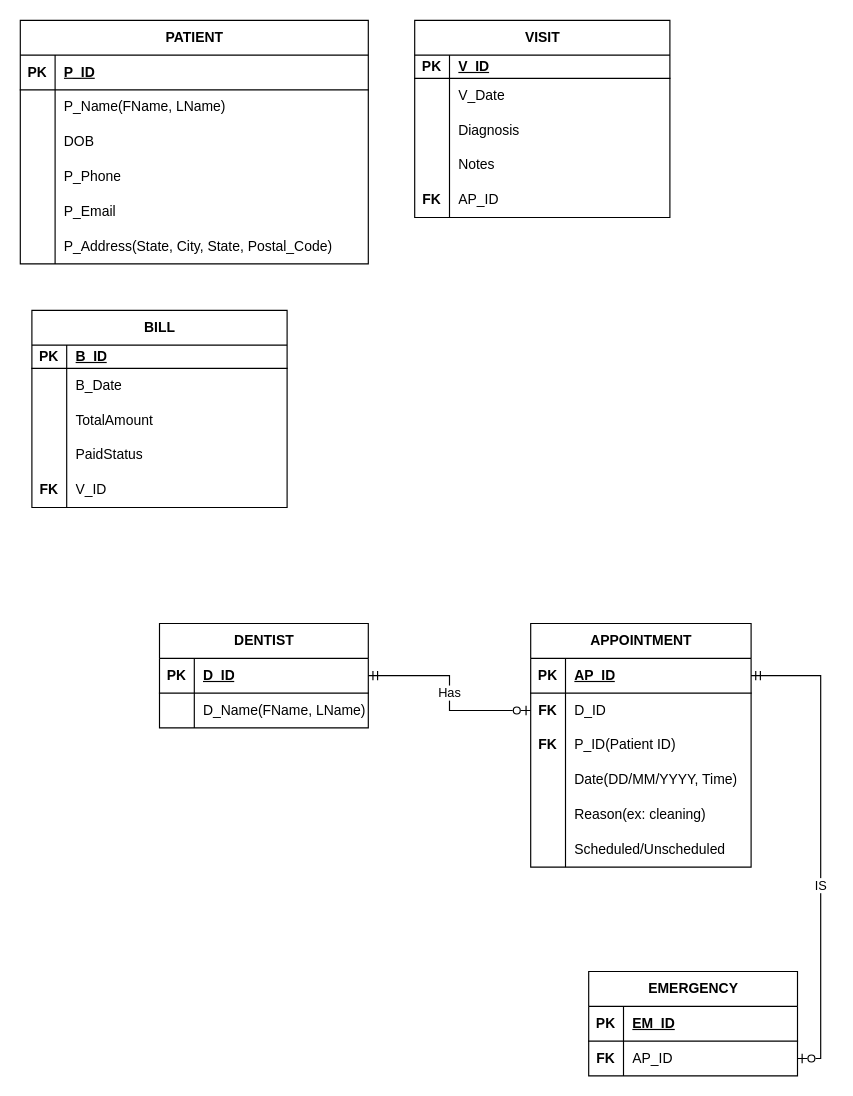
Above: Untitled Diagram.drawio in Varshiha/Database_Project (draw.io), before the change. Source tidied: cells renumbered, new cells numbered last; positions are measured from the earlier drawing's top-left corner, leaving out a move shared by most shapes. Both pictures are drawn from the tidied source at 116%, with x=0, y=0 at pixel (20, 20).
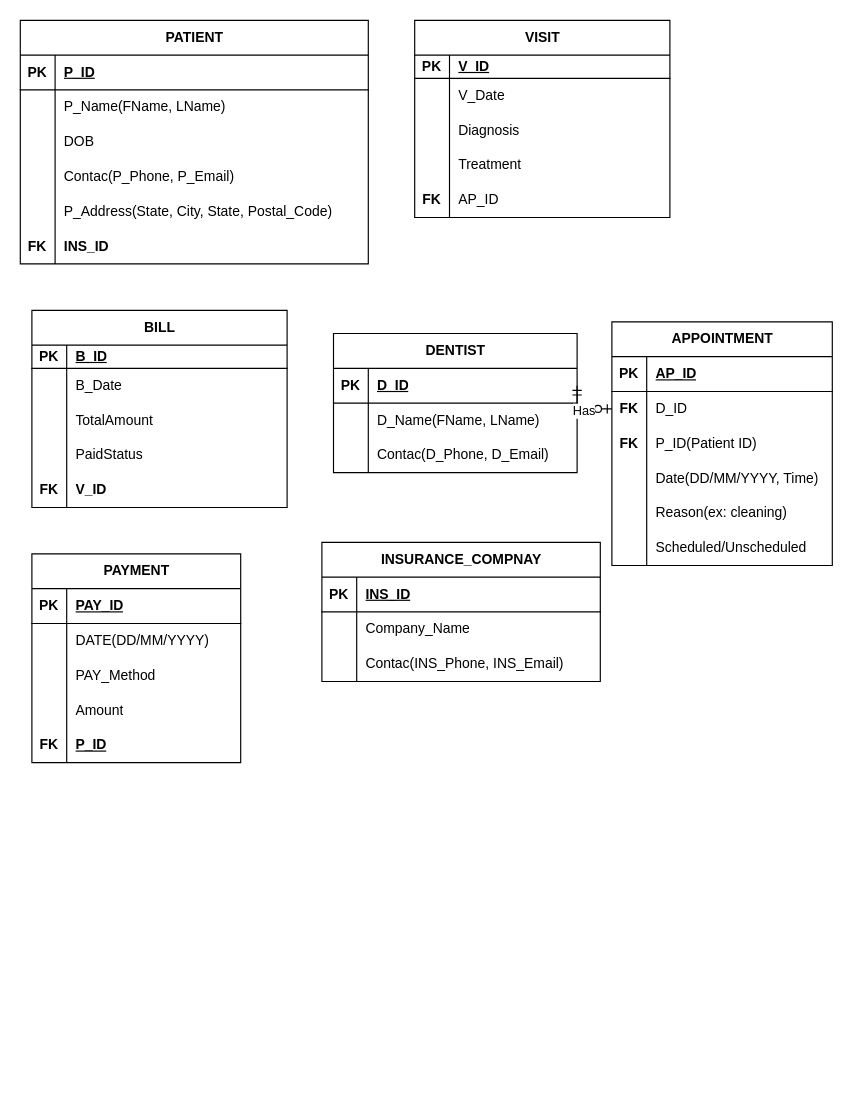
The same diagram, later.

Unchanged cells that the change refers to:
```xml
<mxCell id="2" value="PATIENT" style="shape=table;startSize=30;childLayout=tableLayout;rowLines=0;fontStyle=1;align=center;html=1;strokeColor=default;verticalAlign=middle;fontFamily=Helvetica;fontSize=12;fontColor=default;fillColor=default;" parent="1" vertex="1">
  <mxGeometry width="300" height="210" as="geometry" />
</mxCell>
<mxCell id="12" style="shape=tableRow;horizontal=0;startSize=0;swimlaneHead=0;swimlaneBody=0;fillColor=none;top=0;left=0;right=0;bottom=0;strokeColor=default;align=center;verticalAlign=middle;fontFamily=Helvetica;fontSize=12;fontColor=default;fontStyle=1;" parent="2" vertex="1">
  <mxGeometry y="120" width="300" height="30" as="geometry" />
</mxCell>
<mxCell id="31" style="shape=tableRow;horizontal=0;startSize=0;swimlaneHead=0;swimlaneBody=0;fillColor=none;top=0;left=0;right=0;bottom=0;strokeColor=default;align=center;verticalAlign=middle;fontFamily=Helvetica;fontSize=12;fontColor=default;fontStyle=1;" parent="21" vertex="1">
  <mxGeometry y="110" width="220" height="30" as="geometry" />
</mxCell>
<mxCell id="50" style="shape=tableRow;horizontal=0;startSize=0;swimlaneHead=0;swimlaneBody=0;fillColor=none;top=0;left=0;right=0;bottom=0;strokeColor=default;align=center;verticalAlign=middle;fontFamily=Helvetica;fontSize=12;fontColor=default;fontStyle=1;" parent="37" vertex="1">
  <mxGeometry y="140" width="220" height="30" as="geometry" />
</mxCell>
<mxCell id="61" style="shape=tableRow;horizontal=0;startSize=0;swimlaneHead=0;swimlaneBody=0;fillColor=none;points=[[0,0.5],[1,0.5]];portConstraint=eastwest;top=0;left=0;right=0;bottom=1;" parent="60" vertex="1">
  <mxGeometry y="30" width="190" height="30" as="geometry" />
</mxCell>
```

Change to the diagram source:
```diff
@@
-    <mxCell id="14" value="&lt;span style=&quot;font-weight: normal;&quot;&gt;P_Phone&lt;/span&gt;" style="shape=partialRectangle;fillColor=none;top=0;left=0;bottom=0;right=0;align=left;spacingLeft=6;overflow=hidden;whiteSpace=wrap;html=1;strokeColor=default;verticalAlign=middle;fontFamily=Helvetica;fontSize=12;fontColor=default;fontStyle=1;" parent="12" vertex="1">
+    <mxCell id="14" value="&lt;span style=&quot;font-weight: normal;&quot;&gt;Contac(P_Phone, P_Email)&lt;/span&gt;" style="shape=partialRectangle;fillColor=none;top=0;left=0;bottom=0;right=0;align=left;spacingLeft=6;overflow=hidden;whiteSpace=wrap;html=1;strokeColor=default;verticalAlign=middle;fontFamily=Helvetica;fontSize=12;fontColor=default;fontStyle=1;" parent="12" vertex="1">
       <mxGeometry x="30" width="270" height="30" as="geometry" />
     </mxCell>
-    <mxCell id="15" style="shape=tableRow;horizontal=0;startSize=0;swimlaneHead=0;swimlaneBody=0;fillColor=none;top=0;left=0;right=0;bottom=0;strokeColor=default;align=center;verticalAlign=middle;fontFamily=Helvetica;fontSize=12;fontColor=default;fontStyle=1;" parent="2" vertex="1">
-      <mxGeometry y="150" width="300" height="30" as="geometry" />
-    </mxCell>
-    <mxCell id="16" value="&lt;div&gt;&lt;br&gt;&lt;/div&gt;&lt;div&gt;&lt;br&gt;&lt;/div&gt;" style="shape=partialRectangle;fillColor=none;top=0;left=0;bottom=0;right=0;overflow=hidden;whiteSpace=wrap;html=1;strokeColor=default;align=center;verticalAlign=middle;fontFamily=Helvetica;fontSize=12;fontColor=default;fontStyle=1;" parent="15" vertex="1">
-      <mxGeometry width="30" height="30" as="geometry" />
-    </mxCell>
-    <mxCell id="17" value="&lt;span style=&quot;font-weight: normal;&quot;&gt;P_Email&lt;/span&gt;" style="shape=partialRectangle;fillColor=none;top=0;left=0;bottom=0;right=0;align=left;spacingLeft=6;overflow=hidden;whiteSpace=wrap;html=1;strokeColor=default;verticalAlign=middle;fontFamily=Helvetica;fontSize=12;fontColor=default;fontStyle=1;" parent="15" vertex="1">
-      <mxGeometry x="30" width="270" height="30" as="geometry" />
-    </mxCell>
     <mxCell id="18" style="shape=tableRow;horizontal=0;startSize=0;swimlaneHead=0;swimlaneBody=0;fillColor=none;top=0;left=0;right=0;bottom=0;strokeColor=default;align=center;verticalAlign=middle;fontFamily=Helvetica;fontSize=12;fontColor=default;fontStyle=1;" parent="2" vertex="1">
-      <mxGeometry y="180" width="300" height="30" as="geometry" />
+      <mxGeometry y="150" width="300" height="30" as="geometry" />
     </mxCell>
@@
+    <mxCell id="90" style="shape=tableRow;horizontal=0;startSize=0;swimlaneHead=0;swimlaneBody=0;fillColor=none;top=0;left=0;right=0;bottom=0;strokeColor=default;align=center;verticalAlign=middle;fontFamily=Helvetica;fontSize=12;fontColor=default;fontStyle=1;" parent="2" vertex="1">
+      <mxGeometry y="180" width="300" height="30" as="geometry" />
+    </mxCell>
+    <mxCell id="91" value="FK" style="shape=partialRectangle;fillColor=none;top=0;left=0;bottom=0;right=0;overflow=hidden;whiteSpace=wrap;html=1;strokeColor=default;align=center;verticalAlign=middle;fontFamily=Helvetica;fontSize=12;fontColor=default;fontStyle=1;" parent="90" vertex="1">
+      <mxGeometry width="30" height="30" as="geometry" />
+    </mxCell>
+    <mxCell id="92" value="INS_ID" style="shape=partialRectangle;fillColor=none;top=0;left=0;bottom=0;right=0;align=left;spacingLeft=6;overflow=hidden;whiteSpace=wrap;html=1;strokeColor=default;verticalAlign=middle;fontFamily=Helvetica;fontSize=12;fontColor=default;fontStyle=1;" parent="90" vertex="1">
+      <mxGeometry x="30" width="270" height="30" as="geometry" />
+    </mxCell>
@@
-    <mxCell id="33" value="&lt;span style=&quot;font-weight: normal;&quot;&gt;Notes&lt;/span&gt;" style="shape=partialRectangle;fillColor=none;top=0;left=0;bottom=0;right=0;align=left;spacingLeft=6;overflow=hidden;whiteSpace=wrap;html=1;strokeColor=default;verticalAlign=middle;fontFamily=Helvetica;fontSize=12;fontColor=default;fontStyle=1;" parent="31" vertex="1">
+    <mxCell id="33" value="&lt;span style=&quot;font-weight: 400;&quot;&gt;Treatment&lt;/span&gt;" style="shape=partialRectangle;fillColor=none;top=0;left=0;bottom=0;right=0;align=left;spacingLeft=6;overflow=hidden;whiteSpace=wrap;html=1;strokeColor=default;verticalAlign=middle;fontFamily=Helvetica;fontSize=12;fontColor=default;fontStyle=1;" parent="31" vertex="1">
       <mxGeometry x="30" width="190" height="30" as="geometry" />
     </mxCell>
@@
-    <mxCell id="52" value="&lt;span style=&quot;font-weight: normal;&quot;&gt;V_ID&lt;/span&gt;" style="shape=partialRectangle;fillColor=none;top=0;left=0;bottom=0;right=0;align=left;spacingLeft=6;overflow=hidden;whiteSpace=wrap;html=1;strokeColor=default;verticalAlign=middle;fontFamily=Helvetica;fontSize=12;fontColor=default;fontStyle=1;" parent="50" vertex="1">
+    <mxCell id="52" value="V_ID" style="shape=partialRectangle;fillColor=none;top=0;left=0;bottom=0;right=0;align=left;spacingLeft=6;overflow=hidden;whiteSpace=wrap;html=1;strokeColor=default;verticalAlign=middle;fontFamily=Helvetica;fontSize=12;fontColor=default;fontStyle=1;" parent="50" vertex="1">
       <mxGeometry x="30" width="190" height="30" as="geometry" />
     </mxCell>
     <mxCell id="53" value="DENTIST" style="shape=table;startSize=30;childLayout=tableLayout;rowLines=0;fontStyle=1;align=center;html=1;" parent="1" vertex="1">
-      <mxGeometry x="120" y="520" width="180" height="90" as="geometry" />
+      <mxGeometry x="270" y="270" width="210" height="120" as="geometry" />
     </mxCell>
     <mxCell id="54" style="shape=tableRow;horizontal=0;startSize=0;swimlaneHead=0;swimlaneBody=0;fillColor=none;points=[[0,0.5],[1,0.5]];portConstraint=eastwest;top=0;left=0;right=0;bottom=1;" parent="53" vertex="1">
-      <mxGeometry y="30" width="180" height="30" as="geometry" />
+      <mxGeometry y="30" width="210" height="30" as="geometry" />
     </mxCell>
@@
     <mxCell id="56" value="D_ID" style="shape=partialRectangle;fillColor=none;top=0;left=0;bottom=0;right=0;align=left;spacingLeft=6;fontStyle=5;overflow=hidden;whiteSpace=wrap;html=1;" parent="54" vertex="1">
-      <mxGeometry x="30" width="150" height="30" as="geometry" />
+      <mxGeometry x="30" width="180" height="30" as="geometry" />
     </mxCell>
     <mxCell id="57" style="shape=tableRow;horizontal=0;startSize=0;swimlaneHead=0;swimlaneBody=0;fillColor=none;top=0;left=0;right=0;bottom=0;" parent="53" vertex="1">
-      <mxGeometry y="60" width="180" height="30" as="geometry" />
+      <mxGeometry y="60" width="210" height="30" as="geometry" />
     </mxCell>
@@
     <mxCell id="59" value="D_Name(FName, LName)" style="shape=partialRectangle;fillColor=none;top=0;left=0;bottom=0;right=0;align=left;spacingLeft=6;overflow=hidden;whiteSpace=wrap;html=1;" parent="57" vertex="1">
-      <mxGeometry x="30" width="150" height="30" as="geometry" />
+      <mxGeometry x="30" width="180" height="30" as="geometry" />
     </mxCell>
+    <mxCell id="93" style="shape=tableRow;horizontal=0;startSize=0;swimlaneHead=0;swimlaneBody=0;fillColor=none;top=0;left=0;right=0;bottom=0;" parent="53" vertex="1">
+      <mxGeometry y="90" width="210" height="30" as="geometry" />
+    </mxCell>
+    <mxCell id="94" style="shape=partialRectangle;fillColor=none;top=0;left=0;bottom=0;right=0;overflow=hidden;whiteSpace=wrap;html=1;" parent="93" vertex="1">
+      <mxGeometry width="30" height="30" as="geometry" />
+    </mxCell>
+    <mxCell id="95" value="Contac(D_Phone, D_Email)" style="shape=partialRectangle;fillColor=none;top=0;left=0;bottom=0;right=0;align=left;spacingLeft=6;overflow=hidden;whiteSpace=wrap;html=1;" parent="93" vertex="1">
+      <mxGeometry x="30" width="180" height="30" as="geometry" />
+    </mxCell>
     <mxCell id="60" value="APPOINTMENT" style="shape=table;startSize=30;childLayout=tableLayout;rowLines=0;fontStyle=1;align=center;html=1;" parent="1" vertex="1">
-      <mxGeometry x="440" y="520" width="190" height="210" as="geometry" />
+      <mxGeometry x="510" y="260" width="190" height="210" as="geometry" />
     </mxCell>
@@
-    <mxCell id="79" value="EMERGENCY" style="shape=table;startSize=30;childLayout=tableLayout;rowLines=0;fontStyle=1;align=center;html=1;" parent="1" vertex="1">
-      <mxGeometry x="490" y="820" width="180" height="90" as="geometry" />
-    </mxCell>
-    <mxCell id="80" style="shape=tableRow;horizontal=0;startSize=0;swimlaneHead=0;swimlaneBody=0;fillColor=none;top=0;left=0;right=0;bottom=1;" parent="79" vertex="1">
-      <mxGeometry y="30" width="180" height="30" as="geometry" />
-    </mxCell>
-    <mxCell id="81" value="PK" style="shape=partialRectangle;fillColor=none;top=0;left=0;bottom=0;right=0;fontStyle=1;overflow=hidden;whiteSpace=wrap;html=1;" parent="80" vertex="1">
-      <mxGeometry width="30" height="30" as="geometry" />
-    </mxCell>
-    <mxCell id="82" value="EM_ID" style="shape=partialRectangle;fillColor=none;top=0;left=0;bottom=0;right=0;align=left;spacingLeft=6;fontStyle=5;overflow=hidden;whiteSpace=wrap;html=1;" parent="80" vertex="1">
-      <mxGeometry x="30" width="150" height="30" as="geometry" />
-    </mxCell>
-    <mxCell id="83" style="shape=tableRow;horizontal=0;startSize=0;swimlaneHead=0;swimlaneBody=0;fillColor=none;points=[[0,0.5],[1,0.5]];portConstraint=eastwest;top=0;left=0;right=0;bottom=0;" parent="79" vertex="1">
-      <mxGeometry y="60" width="180" height="30" as="geometry" />
-    </mxCell>
-    <mxCell id="84" value="&lt;b&gt;FK&lt;/b&gt;" style="shape=partialRectangle;fillColor=none;top=0;left=0;bottom=0;right=0;overflow=hidden;whiteSpace=wrap;html=1;" parent="83" vertex="1">
-      <mxGeometry width="30" height="30" as="geometry" />
-    </mxCell>
-    <mxCell id="85" value="AP_ID" style="shape=partialRectangle;fillColor=none;top=0;left=0;bottom=0;right=0;align=left;spacingLeft=6;overflow=hidden;whiteSpace=wrap;html=1;" parent="83" vertex="1">
-      <mxGeometry x="30" width="150" height="30" as="geometry" />
-    </mxCell>
@@
-    <mxCell id="88" style="edgeStyle=orthogonalEdgeStyle;rounded=0;jettySize=auto;html=1;exitX=1;exitY=0.5;exitDx=0;exitDy=0;entryX=1;entryY=0.5;entryDx=0;entryDy=0;endArrow=ERmandOne;endFill=0;startArrow=ERzeroToOne;startFill=0;" parent="1" edge="1" source="83" target="61">
-      <mxGeometry relative="1" as="geometry" />
-    </mxCell>
-    <mxCell id="89" value="IS" style="edgeLabel;html=1;align=center;verticalAlign=middle;" parent="88" vertex="1">
-      <mxGeometry x="-0.17" y="1" relative="1" as="geometry" />
-    </mxCell>
+    <mxCell id="96" value="PAYMENT" style="shape=table;startSize=30;childLayout=tableLayout;rowLines=0;fontStyle=1;align=center;html=1;" parent="1" vertex="1">
+      <mxGeometry x="10" y="460" width="180" height="180" as="geometry" />
+    </mxCell>
+    <mxCell id="80" style="shape=tableRow;horizontal=0;startSize=0;swimlaneHead=0;swimlaneBody=0;fillColor=none;top=0;left=0;right=0;bottom=1;" parent="96" vertex="1">
+      <mxGeometry y="30" width="180" height="30" as="geometry" />
+    </mxCell>
+    <mxCell id="97" value="PK" style="shape=partialRectangle;fillColor=none;top=0;left=0;bottom=0;right=0;fontStyle=1;overflow=hidden;whiteSpace=wrap;html=1;" parent="80" vertex="1">
+      <mxGeometry width="30" height="30" as="geometry" />
+    </mxCell>
+    <mxCell id="98" value="PAY_ID" style="shape=partialRectangle;fillColor=none;top=0;left=0;bottom=0;right=0;align=left;spacingLeft=6;fontStyle=5;overflow=hidden;whiteSpace=wrap;html=1;" parent="80" vertex="1">
+      <mxGeometry x="30" width="150" height="30" as="geometry" />
+    </mxCell>
+    <mxCell id="83" style="shape=tableRow;horizontal=0;startSize=0;swimlaneHead=0;swimlaneBody=0;fillColor=none;points=[[0,0.5],[1,0.5]];portConstraint=eastwest;top=0;left=0;right=0;bottom=0;" parent="96" vertex="1">
+      <mxGeometry y="60" width="180" height="30" as="geometry" />
+    </mxCell>
+    <mxCell id="99" style="shape=partialRectangle;fillColor=none;top=0;left=0;bottom=0;right=0;overflow=hidden;whiteSpace=wrap;html=1;" parent="83" vertex="1">
+      <mxGeometry width="30" height="30" as="geometry" />
+    </mxCell>
+    <mxCell id="100" value="DATE(DD/MM/YYYY)" style="shape=partialRectangle;fillColor=none;top=0;left=0;bottom=0;right=0;align=left;spacingLeft=6;overflow=hidden;whiteSpace=wrap;html=1;" parent="83" vertex="1">
+      <mxGeometry x="30" width="150" height="30" as="geometry" />
+    </mxCell>
+    <mxCell id="101" style="shape=tableRow;horizontal=0;startSize=0;swimlaneHead=0;swimlaneBody=0;fillColor=none;top=0;left=0;right=0;bottom=0;" parent="96" vertex="1">
+      <mxGeometry y="90" width="180" height="30" as="geometry" />
+    </mxCell>
+    <mxCell id="102" style="shape=partialRectangle;fillColor=none;top=0;left=0;bottom=0;right=0;overflow=hidden;whiteSpace=wrap;html=1;" parent="101" vertex="1">
+      <mxGeometry width="30" height="30" as="geometry" />
+    </mxCell>
+    <mxCell id="103" value="PAY_Method" style="shape=partialRectangle;fillColor=none;top=0;left=0;bottom=0;right=0;align=left;spacingLeft=6;overflow=hidden;whiteSpace=wrap;html=1;" parent="101" vertex="1">
+      <mxGeometry x="30" width="150" height="30" as="geometry" />
+    </mxCell>
+    <mxCell id="104" style="shape=tableRow;horizontal=0;startSize=0;swimlaneHead=0;swimlaneBody=0;fillColor=none;top=0;left=0;right=0;bottom=0;" parent="96" vertex="1">
+      <mxGeometry y="120" width="180" height="30" as="geometry" />
+    </mxCell>
+    <mxCell id="105" style="shape=partialRectangle;fillColor=none;top=0;left=0;bottom=0;right=0;overflow=hidden;whiteSpace=wrap;html=1;" parent="104" vertex="1">
+      <mxGeometry width="30" height="30" as="geometry" />
+    </mxCell>
+    <mxCell id="106" value="Amount" style="shape=partialRectangle;fillColor=none;top=0;left=0;bottom=0;right=0;align=left;spacingLeft=6;overflow=hidden;whiteSpace=wrap;html=1;" parent="104" vertex="1">
+      <mxGeometry x="30" width="150" height="30" as="geometry" />
+    </mxCell>
+    <mxCell id="107" style="shape=tableRow;horizontal=0;startSize=0;swimlaneHead=0;swimlaneBody=0;fillColor=none;top=0;left=0;right=0;bottom=0;" parent="96" vertex="1">
+      <mxGeometry y="150" width="180" height="30" as="geometry" />
+    </mxCell>
+    <mxCell id="84" value="&lt;b&gt;FK&lt;/b&gt;" style="shape=partialRectangle;fillColor=none;top=0;left=0;bottom=0;right=0;overflow=hidden;whiteSpace=wrap;html=1;" parent="107" vertex="1">
+      <mxGeometry width="30" height="30" as="geometry" />
+    </mxCell>
+    <mxCell id="108" value="&lt;span style=&quot;font-weight: 700; text-decoration-line: underline;&quot;&gt;P_ID&lt;/span&gt;" style="shape=partialRectangle;fillColor=none;top=0;left=0;bottom=0;right=0;align=left;spacingLeft=6;overflow=hidden;whiteSpace=wrap;html=1;" parent="107" vertex="1">
+      <mxGeometry x="30" width="150" height="30" as="geometry" />
+    </mxCell>
+    <mxCell id="109" value="INSURANCE_COMPNAY" style="shape=table;startSize=30;childLayout=tableLayout;rowLines=0;fontStyle=1;align=center;html=1;" parent="1" vertex="1">
+      <mxGeometry x="260" y="450" width="240" height="120" as="geometry" />
+    </mxCell>
+    <mxCell id="110" style="shape=tableRow;horizontal=0;startSize=0;swimlaneHead=0;swimlaneBody=0;fillColor=none;top=0;left=0;right=0;bottom=1;" parent="109" vertex="1">
+      <mxGeometry y="30" width="240" height="30" as="geometry" />
+    </mxCell>
+    <mxCell id="111" value="PK" style="shape=partialRectangle;fillColor=none;top=0;left=0;bottom=0;right=0;fontStyle=1;overflow=hidden;whiteSpace=wrap;html=1;" parent="110" vertex="1">
+      <mxGeometry width="30" height="30" as="geometry" />
+    </mxCell>
+    <mxCell id="112" value="INS_ID" style="shape=partialRectangle;fillColor=none;top=0;left=0;bottom=0;right=0;align=left;spacingLeft=6;fontStyle=5;overflow=hidden;whiteSpace=wrap;html=1;" parent="110" vertex="1">
+      <mxGeometry x="30" width="210" height="30" as="geometry" />
+    </mxCell>
+    <mxCell id="113" style="shape=tableRow;horizontal=0;startSize=0;swimlaneHead=0;swimlaneBody=0;fillColor=none;top=0;left=0;right=0;bottom=0;" parent="109" vertex="1">
+      <mxGeometry y="60" width="240" height="30" as="geometry" />
+    </mxCell>
+    <mxCell id="114" style="shape=partialRectangle;fillColor=none;top=0;left=0;bottom=0;right=0;overflow=hidden;whiteSpace=wrap;html=1;" parent="113" vertex="1">
+      <mxGeometry width="30" height="30" as="geometry" />
+    </mxCell>
+    <mxCell id="115" value="Company_Name" style="shape=partialRectangle;fillColor=none;top=0;left=0;bottom=0;right=0;align=left;spacingLeft=6;overflow=hidden;whiteSpace=wrap;html=1;" parent="113" vertex="1">
+      <mxGeometry x="30" width="210" height="30" as="geometry" />
+    </mxCell>
+    <mxCell id="116" style="shape=tableRow;horizontal=0;startSize=0;swimlaneHead=0;swimlaneBody=0;fillColor=none;top=0;left=0;right=0;bottom=0;" parent="109" vertex="1">
+      <mxGeometry y="90" width="240" height="30" as="geometry" />
+    </mxCell>
+    <mxCell id="117" style="shape=partialRectangle;fillColor=none;top=0;left=0;bottom=0;right=0;overflow=hidden;whiteSpace=wrap;html=1;" parent="116" vertex="1">
+      <mxGeometry width="30" height="30" as="geometry" />
+    </mxCell>
+    <mxCell id="118" value="Contac(INS_Phone, INS_Email)" style="shape=partialRectangle;fillColor=none;top=0;left=0;bottom=0;right=0;align=left;spacingLeft=6;overflow=hidden;whiteSpace=wrap;html=1;" parent="116" vertex="1">
+      <mxGeometry x="30" width="210" height="30" as="geometry" />
+    </mxCell>
```
